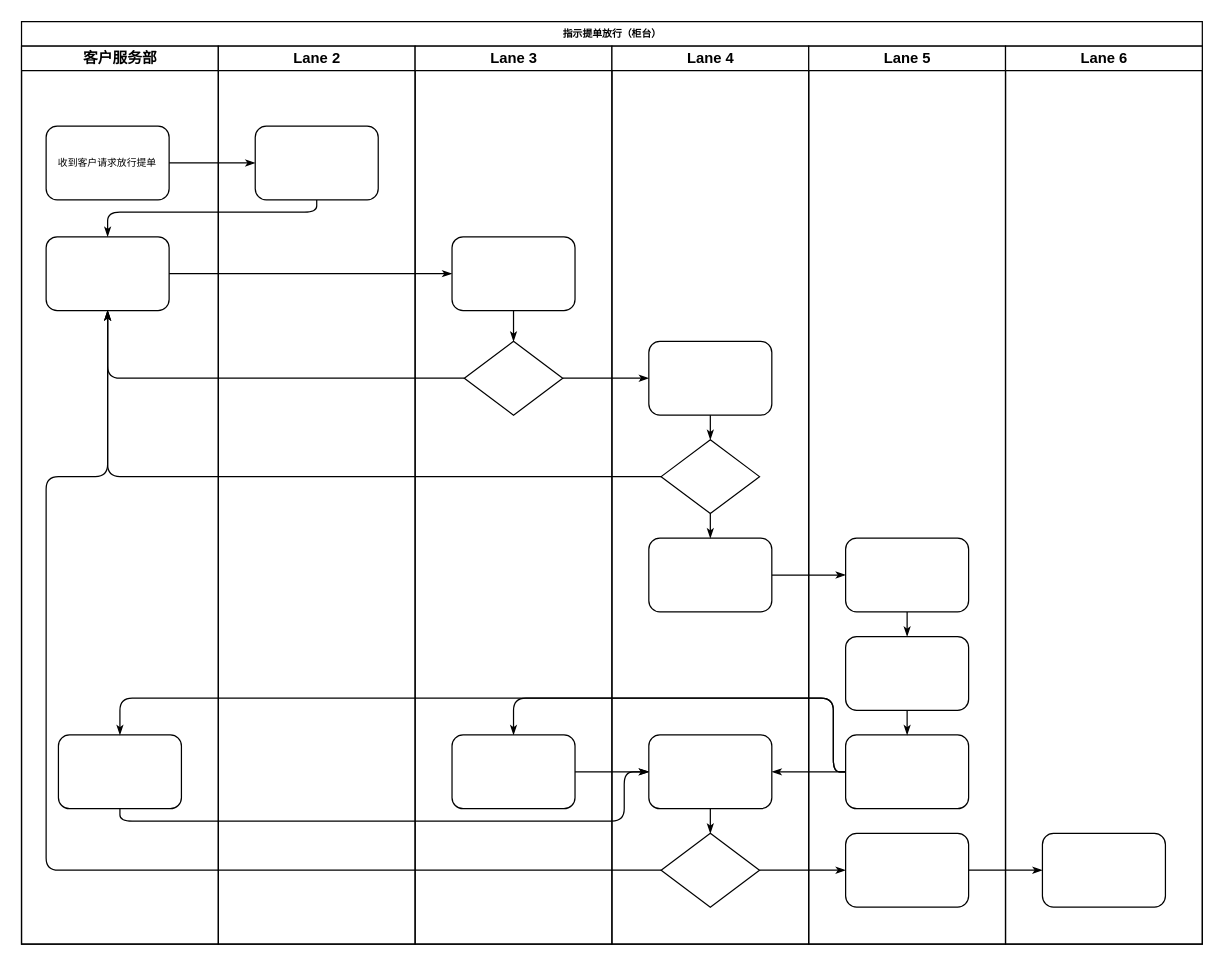
Above: 指示提单放行.drawio in huangdamon/taobao_catch (draw.io), before the change. Source tidied: cells renumbered, new cells numbered last; positions are measured from the earlier drawing's top-left corner, leaving out a move shared by most shapes. Both pictures are drawn from the tidied source at 123%, with x=0, y=0 at pixel (21, 21).
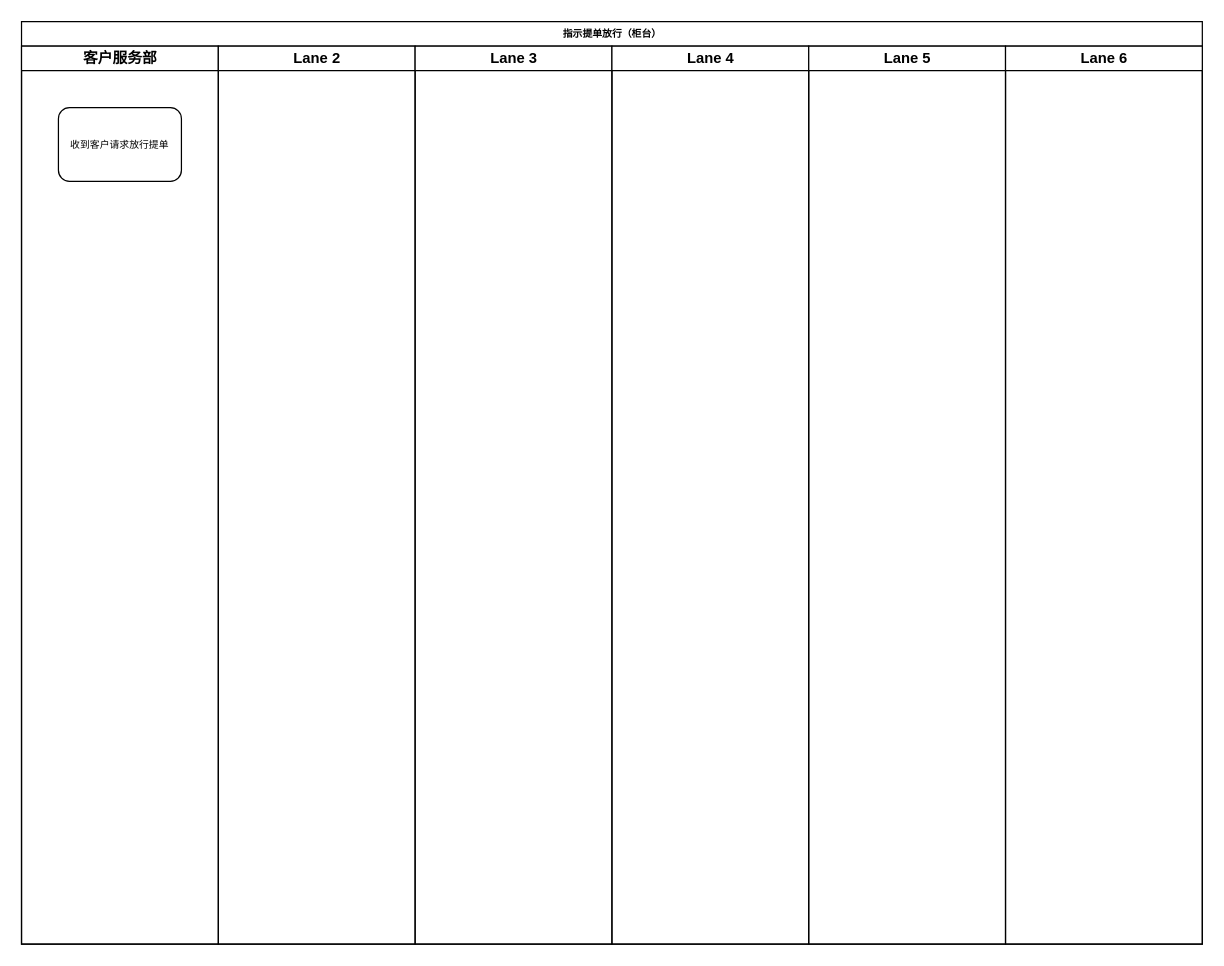
The same page after the edit.

Commit message (it also covers changes not shown here):
Update 指示提单放行.drawio

Unchanged cells that the change refers to:
```xml
<mxCell id="2" value="指示提单放行（柜台）" style="swimlane;html=1;startSize=20;rounded=0;shadow=0;labelBackgroundColor=none;strokeWidth=1;fontFamily=Verdana;fontSize=8;align=center;" parent="1" vertex="1">
  <mxGeometry width="960" height="750" as="geometry" />
</mxCell>
<mxCell id="3" value="客户服务部" style="swimlane;html=1;startSize=20;" parent="2" vertex="1">
  <mxGeometry y="20" width="160" height="730" as="geometry" />
</mxCell>
<mxCell id="22" value="Lane 2" style="swimlane;html=1;startSize=20;" parent="2" vertex="1">
  <mxGeometry x="160" y="20" width="160" height="730" as="geometry" />
</mxCell>
<mxCell id="24" value="Lane 3" style="swimlane;html=1;startSize=20;" parent="2" vertex="1">
  <mxGeometry x="320" y="20" width="160" height="730" as="geometry" />
</mxCell>
<mxCell id="29" value="Lane 4" style="swimlane;html=1;startSize=20;" parent="2" vertex="1">
  <mxGeometry x="480" y="20" width="160" height="730" as="geometry" />
</mxCell>
<mxCell id="38" value="Lane 5" style="swimlane;html=1;startSize=20;" parent="2" vertex="1">
  <mxGeometry x="640" y="20" width="160" height="730" as="geometry" />
</mxCell>
<mxCell id="45" value="Lane 6" style="swimlane;html=1;startSize=20;" parent="2" vertex="1">
  <mxGeometry x="800" y="20" width="160" height="730" as="geometry" />
</mxCell>
```

Change to the diagram source:
```diff
@@
     <mxCell id="4" value="收到客户请求放行提单" style="rounded=1;whiteSpace=wrap;html=1;shadow=0;labelBackgroundColor=none;strokeWidth=1;fontFamily=Verdana;fontSize=8;align=center;" parent="3" vertex="1">
-      <mxGeometry x="20" y="65" width="100" height="60" as="geometry" />
+      <mxGeometry x="30" y="50" width="100" height="60" as="geometry" />
     </mxCell>
-    <mxCell id="5" style="rounded=1;whiteSpace=wrap;html=1;shadow=0;labelBackgroundColor=none;strokeWidth=1;fontFamily=Verdana;fontSize=8;align=center;" parent="3" vertex="1">
-      <mxGeometry x="20" y="155" width="100" height="60" as="geometry" />
-    </mxCell>
-    <mxCell id="6" style="rounded=1;whiteSpace=wrap;html=1;shadow=0;labelBackgroundColor=none;strokeWidth=1;fontFamily=Verdana;fontSize=8;align=center;" parent="3" vertex="1">
-      <mxGeometry x="30" y="560" width="100" height="60" as="geometry" />
-    </mxCell>
-    <mxCell id="7" style="edgeStyle=orthogonalEdgeStyle;rounded=1;html=1;labelBackgroundColor=none;startArrow=none;startFill=0;startSize=5;endArrow=classicThin;endFill=1;endSize=5;jettySize=auto;strokeWidth=1;fontFamily=Verdana;fontSize=8;" parent="2" edge="1" source="4" target="23">
-      <mxGeometry relative="1" as="geometry" />
-    </mxCell>
-    <mxCell id="8" style="edgeStyle=orthogonalEdgeStyle;rounded=1;html=1;labelBackgroundColor=none;startArrow=none;startFill=0;startSize=5;endArrow=classicThin;endFill=1;endSize=5;jettySize=auto;strokeWidth=1;fontFamily=Verdana;fontSize=8;" parent="2" edge="1" source="23" target="5">
-      <mxGeometry relative="1" as="geometry">
-        <Array as="points">
-          <mxPoint x="240" y="155" />
-          <mxPoint x="70" y="155" />
-        </Array>
-      </mxGeometry>
-    </mxCell>
-    <mxCell id="9" style="edgeStyle=orthogonalEdgeStyle;rounded=1;html=1;labelBackgroundColor=none;startArrow=none;startFill=0;startSize=5;endArrow=classicThin;endFill=1;endSize=5;jettySize=auto;strokeWidth=1;fontFamily=Verdana;fontSize=8;" parent="2" edge="1" source="5" target="25">
-      <mxGeometry relative="1" as="geometry" />
-    </mxCell>
-    <mxCell id="10" style="edgeStyle=orthogonalEdgeStyle;rounded=1;html=1;labelBackgroundColor=none;startArrow=none;startFill=0;startSize=5;endArrow=classicThin;endFill=1;endSize=5;jettySize=auto;strokeWidth=1;fontFamily=Verdana;fontSize=8;" parent="2" edge="1" source="26" target="5">
-      <mxGeometry relative="1" as="geometry" />
-    </mxCell>
-    <mxCell id="11" style="edgeStyle=orthogonalEdgeStyle;rounded=1;html=1;labelBackgroundColor=none;startArrow=none;startFill=0;startSize=5;endArrow=classicThin;endFill=1;endSize=5;jettySize=auto;strokeWidth=1;fontFamily=Verdana;fontSize=8;" parent="2" edge="1" source="31" target="5">
-      <mxGeometry relative="1" as="geometry" />
-    </mxCell>
-    <mxCell id="12" style="edgeStyle=orthogonalEdgeStyle;rounded=1;html=1;labelBackgroundColor=none;startArrow=none;startFill=0;startSize=5;endArrow=classicThin;endFill=1;endSize=5;jettySize=auto;strokeWidth=1;fontFamily=Verdana;fontSize=8;" parent="2" edge="1" source="34" target="5">
-      <mxGeometry relative="1" as="geometry">
-        <Array as="points">
-          <mxPoint x="20" y="690" />
-          <mxPoint x="20" y="370" />
-          <mxPoint x="70" y="370" />
-        </Array>
-      </mxGeometry>
-    </mxCell>
-    <mxCell id="13" style="edgeStyle=orthogonalEdgeStyle;rounded=1;html=1;labelBackgroundColor=none;startArrow=none;startFill=0;startSize=5;endArrow=classicThin;endFill=1;endSize=5;jettySize=auto;strokeWidth=1;fontFamily=Verdana;fontSize=8;" parent="2" edge="1" source="26" target="30">
-      <mxGeometry relative="1" as="geometry" />
-    </mxCell>
-    <mxCell id="14" style="edgeStyle=orthogonalEdgeStyle;rounded=1;html=1;labelBackgroundColor=none;startArrow=none;startFill=0;startSize=5;endArrow=classicThin;endFill=1;endSize=5;jettySize=auto;strokeWidth=1;fontFamily=Verdana;fontSize=8;" parent="2" edge="1" source="34" target="42">
-      <mxGeometry relative="1" as="geometry" />
-    </mxCell>
-    <mxCell id="15" style="edgeStyle=orthogonalEdgeStyle;rounded=1;html=1;labelBackgroundColor=none;startArrow=none;startFill=0;startSize=5;endArrow=classicThin;endFill=1;endSize=5;jettySize=auto;strokeWidth=1;fontFamily=Verdana;fontSize=8;" parent="2" edge="1" source="42" target="46">
-      <mxGeometry relative="1" as="geometry" />
-    </mxCell>
-    <mxCell id="16" style="edgeStyle=orthogonalEdgeStyle;rounded=1;html=1;labelBackgroundColor=none;startArrow=none;startFill=0;startSize=5;endArrow=classicThin;endFill=1;endSize=5;jettySize=auto;strokeWidth=1;fontFamily=Verdana;fontSize=8;" parent="2" edge="1" source="32" target="39">
-      <mxGeometry relative="1" as="geometry" />
-    </mxCell>
-    <mxCell id="17" style="edgeStyle=orthogonalEdgeStyle;rounded=1;html=1;labelBackgroundColor=none;startArrow=none;startFill=0;startSize=5;endArrow=classicThin;endFill=1;endSize=5;jettySize=auto;strokeWidth=1;fontFamily=Verdana;fontSize=8;" parent="2" edge="1" source="41" target="27">
-      <mxGeometry relative="1" as="geometry">
-        <Array as="points">
-          <mxPoint x="660" y="610" />
-          <mxPoint x="660" y="550" />
-          <mxPoint x="400" y="550" />
-        </Array>
-      </mxGeometry>
-    </mxCell>
-    <mxCell id="18" style="edgeStyle=orthogonalEdgeStyle;rounded=1;html=1;labelBackgroundColor=none;startArrow=none;startFill=0;startSize=5;endArrow=classicThin;endFill=1;endSize=5;jettySize=auto;strokeColor=#000000;strokeWidth=1;fontFamily=Verdana;fontSize=8;fontColor=#000000;" parent="2" edge="1" source="41" target="33">
-      <mxGeometry relative="1" as="geometry" />
-    </mxCell>
-    <mxCell id="19" style="edgeStyle=orthogonalEdgeStyle;rounded=1;html=1;labelBackgroundColor=none;startArrow=none;startFill=0;startSize=5;endArrow=classicThin;endFill=1;endSize=5;jettySize=auto;strokeWidth=1;fontFamily=Verdana;fontSize=8;" parent="2" edge="1" source="41" target="6">
-      <mxGeometry relative="1" as="geometry">
-        <Array as="points">
-          <mxPoint x="660" y="610" />
-          <mxPoint x="660" y="550" />
-          <mxPoint x="80" y="550" />
-        </Array>
-      </mxGeometry>
-    </mxCell>
-    <mxCell id="20" style="edgeStyle=orthogonalEdgeStyle;rounded=1;html=1;labelBackgroundColor=none;startArrow=none;startFill=0;startSize=5;endArrow=classicThin;endFill=1;endSize=5;jettySize=auto;strokeWidth=1;fontFamily=Verdana;fontSize=8;" parent="2" edge="1" source="6" target="33">
-      <mxGeometry relative="1" as="geometry">
-        <Array as="points">
-          <mxPoint x="80" y="650" />
-          <mxPoint x="490" y="650" />
-          <mxPoint x="490" y="610" />
-        </Array>
-      </mxGeometry>
-    </mxCell>
-    <mxCell id="21" style="edgeStyle=orthogonalEdgeStyle;rounded=1;html=1;labelBackgroundColor=none;startArrow=none;startFill=0;startSize=5;endArrow=classicThin;endFill=1;endSize=5;jettySize=auto;strokeWidth=1;fontFamily=Verdana;fontSize=8;" parent="2" edge="1" source="27" target="33">
-      <mxGeometry relative="1" as="geometry" />
-    </mxCell>
@@
-    <mxCell id="23" style="rounded=1;whiteSpace=wrap;html=1;shadow=0;labelBackgroundColor=none;strokeWidth=1;fontFamily=Verdana;fontSize=8;align=center;" parent="22" vertex="1">
-      <mxGeometry x="30" y="65" width="100" height="60" as="geometry" />
-    </mxCell>
@@
-    <mxCell id="25" style="rounded=1;whiteSpace=wrap;html=1;shadow=0;labelBackgroundColor=none;strokeWidth=1;fontFamily=Verdana;fontSize=8;align=center;" parent="24" vertex="1">
-      <mxGeometry x="30" y="155" width="100" height="60" as="geometry" />
-    </mxCell>
-    <mxCell id="26" style="rhombus;whiteSpace=wrap;html=1;rounded=0;shadow=0;labelBackgroundColor=none;strokeWidth=1;fontFamily=Verdana;fontSize=8;align=center;" parent="24" vertex="1">
-      <mxGeometry x="40" y="240" width="80" height="60" as="geometry" />
-    </mxCell>
-    <mxCell id="27" style="rounded=1;whiteSpace=wrap;html=1;shadow=0;labelBackgroundColor=none;strokeWidth=1;fontFamily=Verdana;fontSize=8;align=center;" parent="24" vertex="1">
-      <mxGeometry x="30" y="560" width="100" height="60" as="geometry" />
-    </mxCell>
-    <mxCell id="28" style="edgeStyle=orthogonalEdgeStyle;rounded=1;html=1;labelBackgroundColor=none;startArrow=none;startFill=0;startSize=5;endArrow=classicThin;endFill=1;endSize=5;jettySize=auto;strokeWidth=1;fontFamily=Verdana;fontSize=8;" parent="24" edge="1" source="25" target="26">
-      <mxGeometry relative="1" as="geometry" />
-    </mxCell>
@@
-    <mxCell id="30" style="rounded=1;whiteSpace=wrap;html=1;shadow=0;labelBackgroundColor=none;strokeWidth=1;fontFamily=Verdana;fontSize=8;align=center;" parent="29" vertex="1">
-      <mxGeometry x="30" y="240" width="100" height="60" as="geometry" />
-    </mxCell>
-    <mxCell id="31" style="rhombus;whiteSpace=wrap;html=1;rounded=0;shadow=0;labelBackgroundColor=none;strokeWidth=1;fontFamily=Verdana;fontSize=8;align=center;" parent="29" vertex="1">
-      <mxGeometry x="40" y="320" width="80" height="60" as="geometry" />
-    </mxCell>
-    <mxCell id="32" style="rounded=1;whiteSpace=wrap;html=1;shadow=0;labelBackgroundColor=none;strokeWidth=1;fontFamily=Verdana;fontSize=8;align=center;" parent="29" vertex="1">
-      <mxGeometry x="30" y="400" width="100" height="60" as="geometry" />
-    </mxCell>
-    <mxCell id="33" style="rounded=1;whiteSpace=wrap;html=1;shadow=0;labelBackgroundColor=none;strokeWidth=1;fontFamily=Verdana;fontSize=8;align=center;" parent="29" vertex="1">
-      <mxGeometry x="30" y="560" width="100" height="60" as="geometry" />
-    </mxCell>
-    <mxCell id="34" style="rhombus;whiteSpace=wrap;html=1;rounded=0;shadow=0;labelBackgroundColor=none;strokeWidth=1;fontFamily=Verdana;fontSize=8;align=center;" parent="29" vertex="1">
-      <mxGeometry x="40" y="640" width="80" height="60" as="geometry" />
-    </mxCell>
-    <mxCell id="35" style="edgeStyle=orthogonalEdgeStyle;rounded=1;html=1;labelBackgroundColor=none;startArrow=none;startFill=0;startSize=5;endArrow=classicThin;endFill=1;endSize=5;jettySize=auto;strokeColor=#000000;strokeWidth=1;fontFamily=Verdana;fontSize=8;fontColor=#000000;" parent="29" edge="1" source="30" target="31">
-      <mxGeometry relative="1" as="geometry" />
-    </mxCell>
-    <mxCell id="36" style="edgeStyle=orthogonalEdgeStyle;rounded=1;html=1;labelBackgroundColor=none;startArrow=none;startFill=0;startSize=5;endArrow=classicThin;endFill=1;endSize=5;jettySize=auto;strokeWidth=1;fontFamily=Verdana;fontSize=8;" parent="29" edge="1" source="31" target="32">
-      <mxGeometry relative="1" as="geometry" />
-    </mxCell>
-    <mxCell id="37" style="edgeStyle=orthogonalEdgeStyle;rounded=1;html=1;labelBackgroundColor=none;startArrow=none;startFill=0;startSize=5;endArrow=classicThin;endFill=1;endSize=5;jettySize=auto;strokeWidth=1;fontFamily=Verdana;fontSize=8;" parent="29" edge="1" source="33" target="34">
-      <mxGeometry relative="1" as="geometry" />
-    </mxCell>
@@
-    <mxCell id="39" style="rounded=1;whiteSpace=wrap;html=1;shadow=0;labelBackgroundColor=none;strokeWidth=1;fontFamily=Verdana;fontSize=8;align=center;" parent="38" vertex="1">
-      <mxGeometry x="30" y="400" width="100" height="60" as="geometry" />
-    </mxCell>
-    <mxCell id="40" style="rounded=1;whiteSpace=wrap;html=1;shadow=0;labelBackgroundColor=none;strokeWidth=1;fontFamily=Verdana;fontSize=8;align=center;" parent="38" vertex="1">
-      <mxGeometry x="30" y="480" width="100" height="60" as="geometry" />
-    </mxCell>
-    <mxCell id="41" style="rounded=1;whiteSpace=wrap;html=1;shadow=0;labelBackgroundColor=none;strokeWidth=1;fontFamily=Verdana;fontSize=8;align=center;" parent="38" vertex="1">
-      <mxGeometry x="30" y="560" width="100" height="60" as="geometry" />
-    </mxCell>
-    <mxCell id="42" style="rounded=1;whiteSpace=wrap;html=1;shadow=0;labelBackgroundColor=none;strokeWidth=1;fontFamily=Verdana;fontSize=8;align=center;" parent="38" vertex="1">
-      <mxGeometry x="30" y="640" width="100" height="60" as="geometry" />
-    </mxCell>
-    <mxCell id="43" style="edgeStyle=orthogonalEdgeStyle;rounded=1;html=1;labelBackgroundColor=none;startArrow=none;startFill=0;startSize=5;endArrow=classicThin;endFill=1;endSize=5;jettySize=auto;strokeWidth=1;fontFamily=Verdana;fontSize=8;" parent="38" edge="1" source="39" target="40">
-      <mxGeometry relative="1" as="geometry" />
-    </mxCell>
-    <mxCell id="44" style="edgeStyle=orthogonalEdgeStyle;rounded=1;html=1;labelBackgroundColor=none;startArrow=none;startFill=0;startSize=5;endArrow=classicThin;endFill=1;endSize=5;jettySize=auto;strokeWidth=1;fontFamily=Verdana;fontSize=8;" parent="38" edge="1" source="40" target="41">
-      <mxGeometry relative="1" as="geometry" />
-    </mxCell>
@@
-    <mxCell id="46" style="rounded=1;whiteSpace=wrap;html=1;shadow=0;labelBackgroundColor=none;strokeWidth=1;fontFamily=Verdana;fontSize=8;align=center;" parent="45" vertex="1">
-      <mxGeometry x="30" y="640" width="100" height="60" as="geometry" />
-    </mxCell>
```
